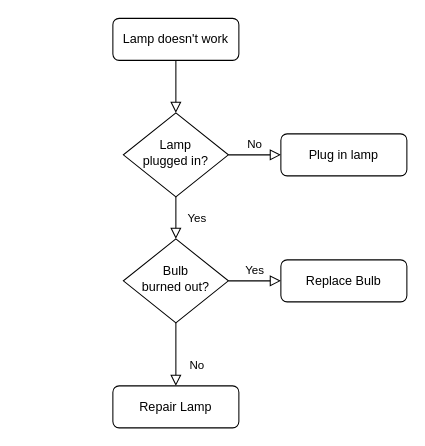
pxisbest/100-day-python-projects keeps this draw.io diagram as 未命名绘图.drawio. Above is the earlier version. Source tidied: cells renumbered, new cells numbered last; positions are measured from the earlier drawing's top-left corner, leaving out a move shared by most shapes. Both pictures are drawn from the tidied source at 105%, with x=0, y=0 at pixel (112, 18).
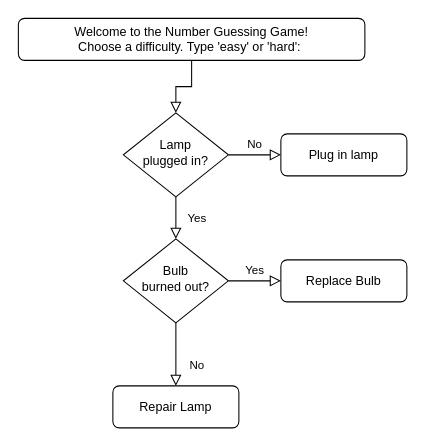
After the change.

What changed in the source:
```diff
@@
 <mxGraphModel>
   <root>
     <mxCell id="0" />
     <mxCell id="1" parent="0" />
     <mxCell id="2" style="rounded=0;html=1;jettySize=auto;fontSize=11;endArrow=block;endFill=0;endSize=8;strokeWidth=1;shadow=0;labelBackgroundColor=none;edgeStyle=orthogonalEdgeStyle;" parent="1" edge="1" source="3" target="6">
       <mxGeometry relative="1" as="geometry" />
     </mxCell>
-    <mxCell id="3" value="Lamp doesn't work" style="rounded=1;whiteSpace=wrap;html=1;fontSize=12;glass=0;strokeWidth=1;shadow=0;" parent="1" vertex="1">
-      <mxGeometry width="120" height="40" as="geometry" />
+    <mxCell id="3" value="&lt;div&gt;Welcome to the Number Guessing Game!&lt;/div&gt;&lt;div&gt;Choose a difficulty. Type 'easy' or 'hard':&amp;nbsp;&lt;/div&gt;" style="rounded=1;whiteSpace=wrap;html=1;fontSize=12;glass=0;strokeWidth=1;shadow=0;" parent="1" vertex="1">
+      <mxGeometry x="-90" width="330" height="40" as="geometry" />
     </mxCell>
     <mxCell id="4" value="Yes" style="rounded=0;html=1;jettySize=auto;fontSize=11;endArrow=block;endFill=0;endSize=8;strokeWidth=1;shadow=0;labelBackgroundColor=none;edgeStyle=orthogonalEdgeStyle;" parent="1" edge="1" source="6" target="10">
       <mxGeometry y="20" relative="1" as="geometry" />
     </mxCell>
     <mxCell id="5" value="No" style="edgeStyle=orthogonalEdgeStyle;rounded=0;html=1;jettySize=auto;fontSize=11;endArrow=block;endFill=0;endSize=8;strokeWidth=1;shadow=0;labelBackgroundColor=none;" parent="1" edge="1" source="6" target="7">
       <mxGeometry y="10" relative="1" as="geometry" />
     </mxCell>
     <mxCell id="6" value="Lamp&lt;br&gt;plugged in?" style="rhombus;whiteSpace=wrap;html=1;shadow=0;fontFamily=Helvetica;fontSize=12;align=center;strokeWidth=1;spacing=6;spacingTop=-4;" parent="1" vertex="1">
       <mxGeometry x="10" y="90" width="100" height="80" as="geometry" />
     </mxCell>
     <mxCell id="7" value="Plug in lamp" style="rounded=1;whiteSpace=wrap;html=1;fontSize=12;glass=0;strokeWidth=1;shadow=0;" parent="1" vertex="1">
       <mxGeometry x="160" y="110" width="120" height="40" as="geometry" />
     </mxCell>
     <mxCell id="8" value="No" style="rounded=0;html=1;jettySize=auto;fontSize=11;endArrow=block;endFill=0;endSize=8;strokeWidth=1;shadow=0;labelBackgroundColor=none;edgeStyle=orthogonalEdgeStyle;" parent="1" edge="1" source="10" target="11">
       <mxGeometry x="0.33" y="20" relative="1" as="geometry" />
     </mxCell>
     <mxCell id="9" value="Yes" style="edgeStyle=orthogonalEdgeStyle;rounded=0;html=1;jettySize=auto;fontSize=11;endArrow=block;endFill=0;endSize=8;strokeWidth=1;shadow=0;labelBackgroundColor=none;" parent="1" edge="1" source="10" target="12">
       <mxGeometry y="10" relative="1" as="geometry" />
     </mxCell>
     <mxCell id="10" value="Bulb&lt;br&gt;burned out?" style="rhombus;whiteSpace=wrap;html=1;shadow=0;fontFamily=Helvetica;fontSize=12;align=center;strokeWidth=1;spacing=6;spacingTop=-4;" parent="1" vertex="1">
       <mxGeometry x="10" y="210" width="100" height="80" as="geometry" />
     </mxCell>
     <mxCell id="11" value="Repair Lamp" style="rounded=1;whiteSpace=wrap;html=1;fontSize=12;glass=0;strokeWidth=1;shadow=0;" parent="1" vertex="1">
       <mxGeometry y="350" width="120" height="40" as="geometry" />
     </mxCell>
     <mxCell id="12" value="Replace Bulb" style="rounded=1;whiteSpace=wrap;html=1;fontSize=12;glass=0;strokeWidth=1;shadow=0;" parent="1" vertex="1">
       <mxGeometry x="160" y="230" width="120" height="40" as="geometry" />
     </mxCell>
   </root>
 </mxGraphModel>
```
